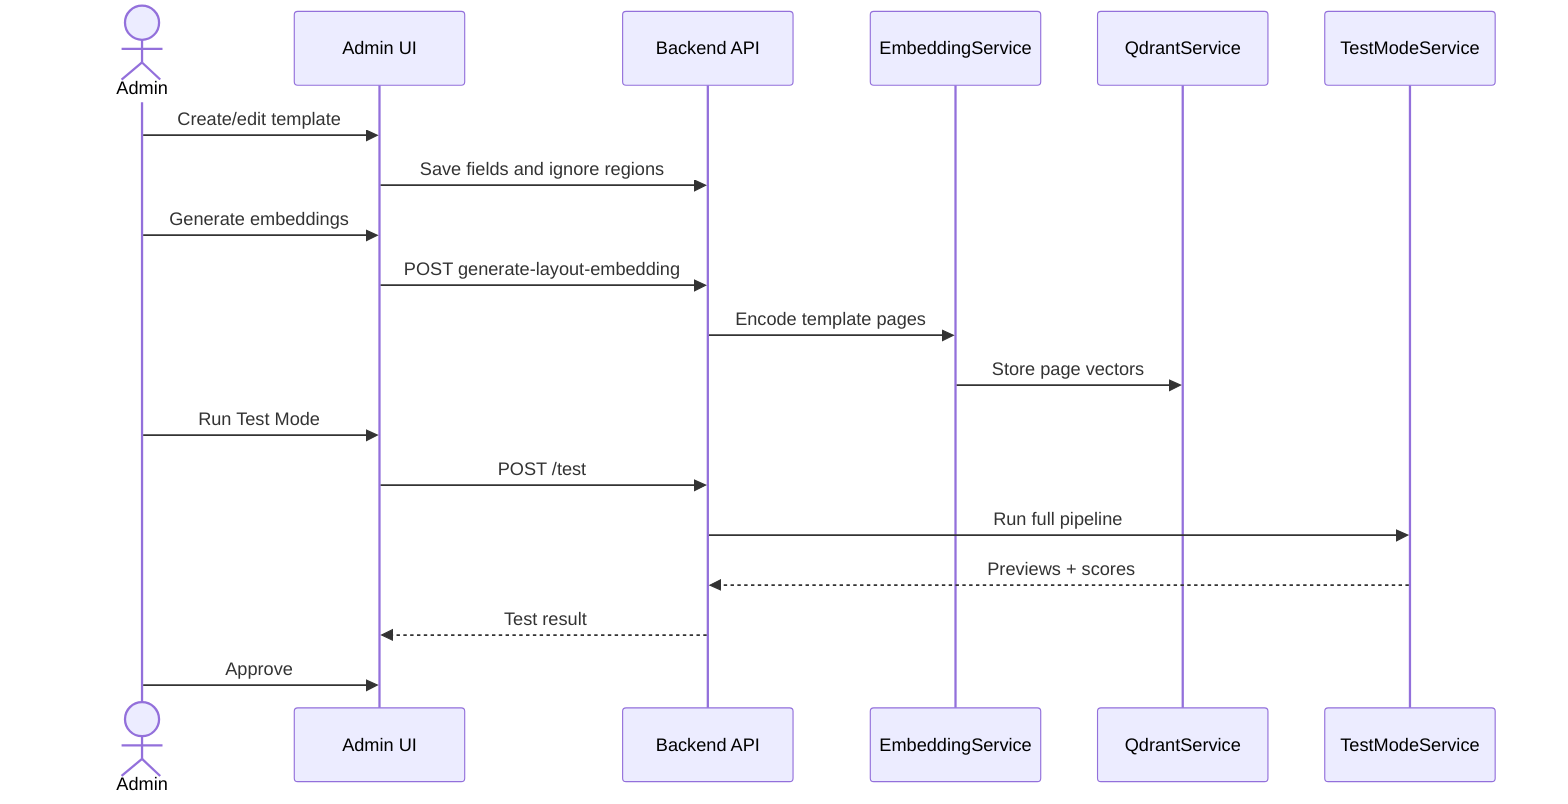
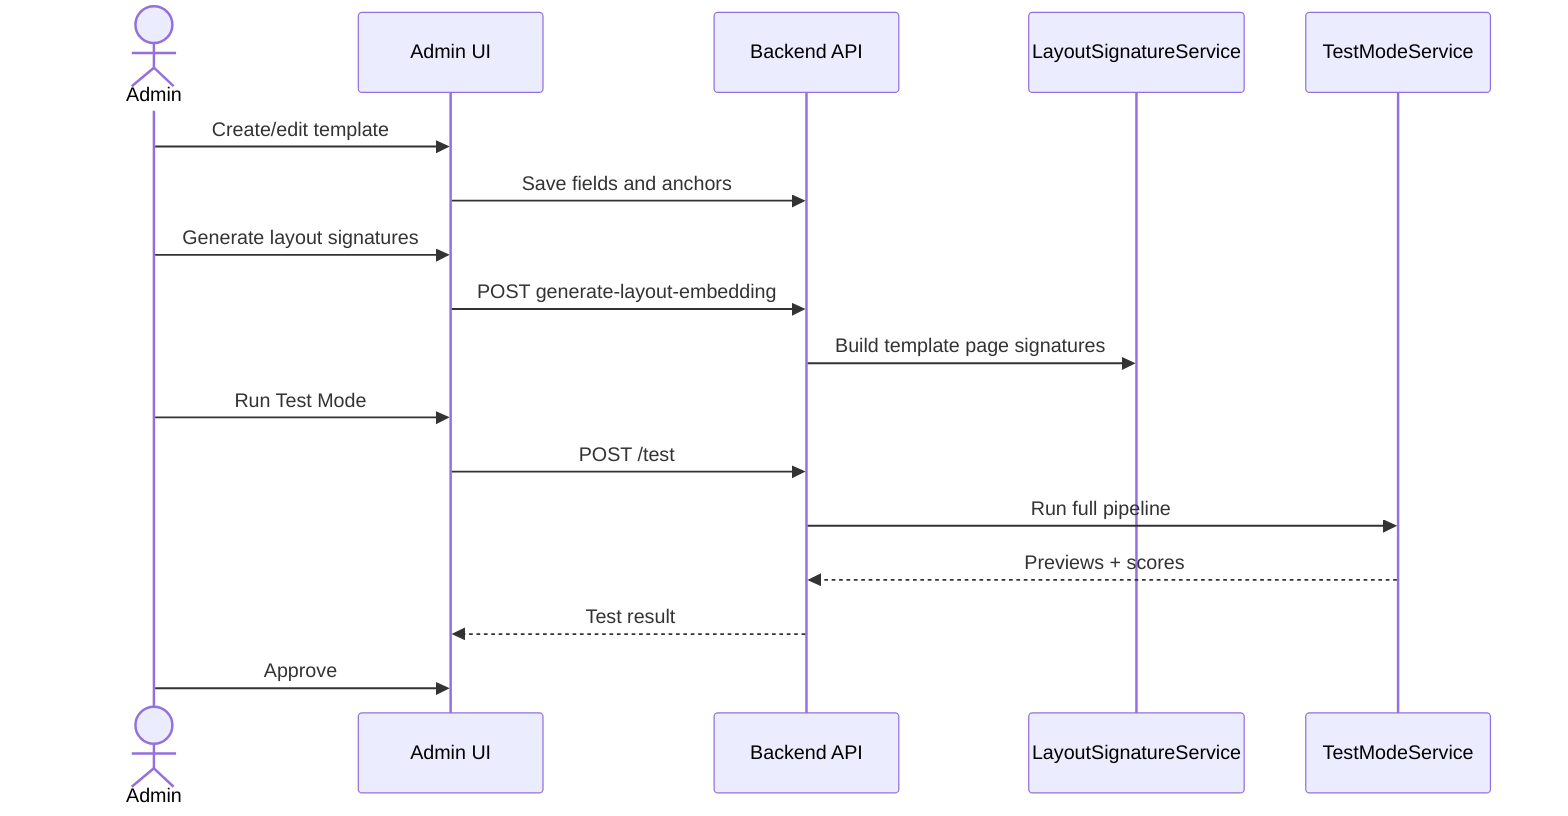
sequenceDiagram
  actor Admin
  participant FE as Admin UI
  participant API as Backend API
-   participant EMB as EmbeddingService
-   participant QD as QdrantService
+   participant SIG as LayoutSignatureService
  participant TEST as TestModeService

  Admin->>FE: Create/edit template
-   FE->>API: Save fields and ignore regions
-   Admin->>FE: Generate embeddings
+   FE->>API: Save fields and anchors
+   Admin->>FE: Generate layout signatures
  FE->>API: POST generate-layout-embedding
-   API->>EMB: Encode template pages
-   EMB->>QD: Store page vectors
+   API->>SIG: Build template page signatures
  Admin->>FE: Run Test Mode
  FE->>API: POST /test
  API->>TEST: Run full pipeline
  TEST-->>API: Previews + scores
  API-->>FE: Test result
  Admin->>FE: Approve
